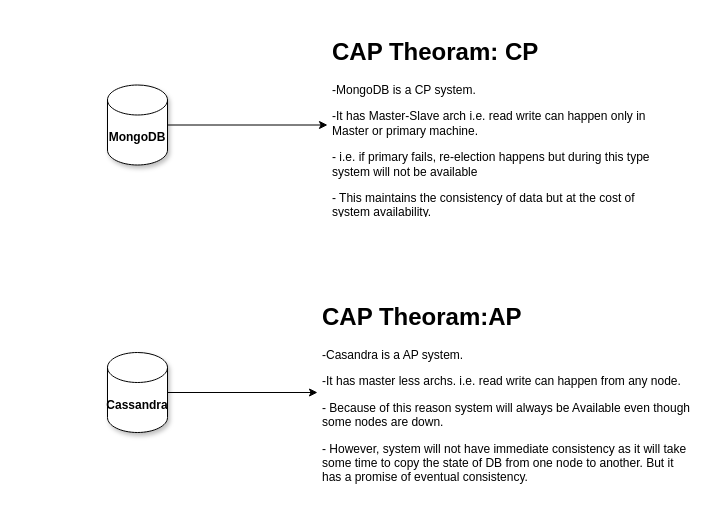
This is page "DBChoices" (2 of 4) of DataPipelineDiagram.drawio from akashdktyagi/BigDataNotes, a draw.io file, before an edit. Source tidied: cells renumbered, new cells numbered last; positions are measured from the earlier drawing's top-left corner, leaving out a move shared by most shapes. Both pictures are drawn from the tidied source at 100%, with x=0, y=0 at pixel (107, 32).
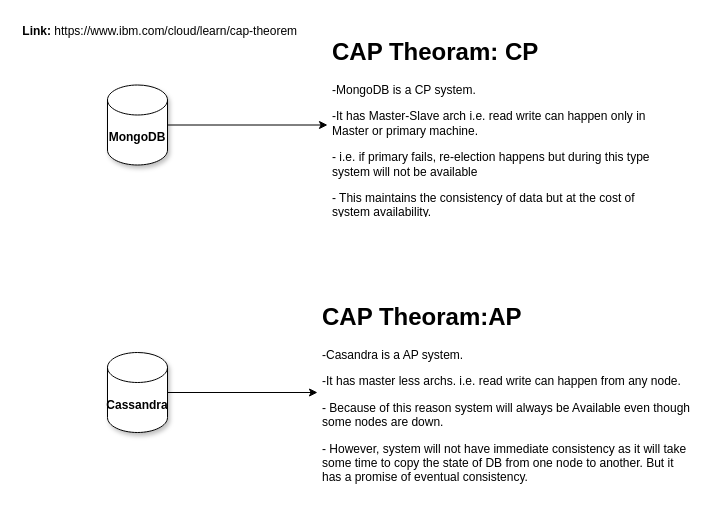
Above is the later version.

Diff of the diagram source:
```diff
@@
 <mxGraphModel>
   <root>
     <mxCell id="0" />
     <mxCell id="1" parent="0" />
     <mxCell id="2" style="edgeStyle=orthogonalEdgeStyle;rounded=0;jettySize=auto;html=1;" parent="1" edge="1" source="3" target="4">
       <mxGeometry relative="1" as="geometry" />
     </mxCell>
     <mxCell id="3" value="&lt;b&gt;MongoDB&lt;/b&gt;" style="shape=cylinder3;whiteSpace=wrap;html=1;boundedLbl=1;backgroundOutline=1;size=15;shadow=1;" parent="1" vertex="1">
       <mxGeometry y="52.5" width="60" height="80" as="geometry" />
     </mxCell>
     <mxCell id="4" value="&lt;h1&gt;CAP Theoram: CP&lt;/h1&gt;&lt;p&gt;-MongoDB is a CP system.&lt;/p&gt;&lt;p&gt;-It has Master-Slave arch i.e. read write can happen only in Master or primary machine.&lt;/p&gt;&lt;p&gt;&lt;span&gt;- i.e. if primary fails, re-election happens but during this type system will not be available&lt;/span&gt;&lt;/p&gt;&lt;p&gt;&lt;span&gt;- This maintains the consistency of data but at the cost of system availability.&lt;/span&gt;&lt;/p&gt;&lt;p&gt;&lt;br&gt;&lt;/p&gt;" style="text;html=1;strokeColor=none;fillColor=none;spacing=5;spacingTop=-20;whiteSpace=wrap;overflow=hidden;rounded=0;shadow=1;" parent="1" vertex="1">
       <mxGeometry x="220" width="350" height="185" as="geometry" />
     </mxCell>
     <mxCell id="5" style="edgeStyle=orthogonalEdgeStyle;rounded=0;jettySize=auto;html=1;entryX=0;entryY=0.5;entryDx=0;entryDy=0;" parent="1" edge="1" source="6" target="7">
       <mxGeometry relative="1" as="geometry" />
     </mxCell>
     <mxCell id="6" value="&lt;b&gt;Cassandra&lt;/b&gt;" style="shape=cylinder3;whiteSpace=wrap;html=1;boundedLbl=1;backgroundOutline=1;size=15;shadow=1;" parent="1" vertex="1">
       <mxGeometry y="320" width="60" height="80" as="geometry" />
     </mxCell>
     <mxCell id="7" value="&lt;h1&gt;CAP Theoram:AP&lt;/h1&gt;&lt;p&gt;-Casandra is a AP system.&lt;/p&gt;&lt;p&gt;-It has master less archs. i.e. read write can happen from any node.&lt;/p&gt;&lt;p&gt;- Because of this reason system will always be Available even though some nodes are down.&lt;/p&gt;&lt;p&gt;- However, system will not have immediate consistency as it will take some time to copy the state of DB from one node to another. But it has a promise of eventual consistency.&lt;/p&gt;&lt;p&gt;&lt;br&gt;&lt;/p&gt;" style="text;html=1;strokeColor=none;fillColor=none;spacing=5;spacingTop=-20;whiteSpace=wrap;overflow=hidden;rounded=0;shadow=1;" parent="1" vertex="1">
       <mxGeometry x="210" y="265" width="380" height="190" as="geometry" />
     </mxCell>
+    <mxCell id="8" value="&amp;nbsp;&lt;b&gt;Link: &lt;/b&gt;https://www.ibm.com/cloud/learn/cap-theorem" style="text;whiteSpace=wrap;html=1;" parent="1" vertex="1">
+      <mxGeometry x="-90" y="-15" width="300" height="30" as="geometry" />
+    </mxCell>
   </root>
 </mxGraphModel>
```
